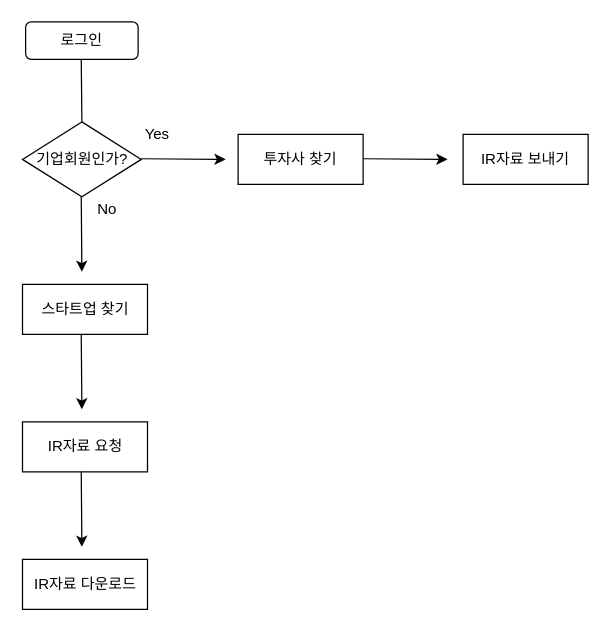
Above: 비즈니스나우 투자비즈니스_수정.drawio in Lucidhomme/TIL (draw.io), before the change. Source tidied: cells renumbered, new cells numbered last; positions are measured from the earlier drawing's top-left corner, leaving out a move shared by most shapes. Both pictures are drawn from the tidied source at 125%, with x=0, y=0 at pixel (22, 21).
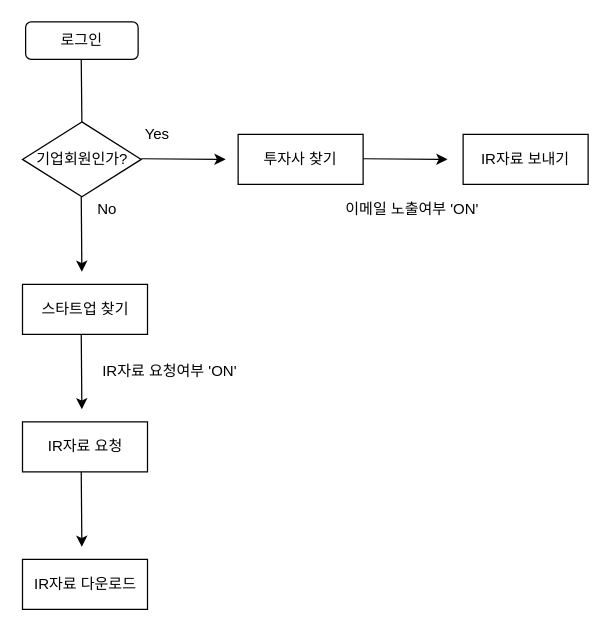
The same diagram, later.

Commit message:
Update 비즈니스나우 투자비즈니스_수정.drawio

Diff of the diagram source:
```diff
@@
+    <mxCell id="17" value="이메일 노출여부 'ON'" style="text;html=1;align=center;verticalAlign=middle;fillColor=none;strokeColor=none;rounded=0;" parent="1" vertex="1">
+      <mxGeometry x="246" y="140" width="130" height="20" as="geometry" />
+    </mxCell>
+    <mxCell id="18" value="IR자료 요청여부 'ON'" style="text;html=1;align=center;verticalAlign=middle;fillColor=none;strokeColor=none;rounded=0;" parent="1" vertex="1">
+      <mxGeometry x="52" y="270" width="130" height="20" as="geometry" />
+    </mxCell>
```
